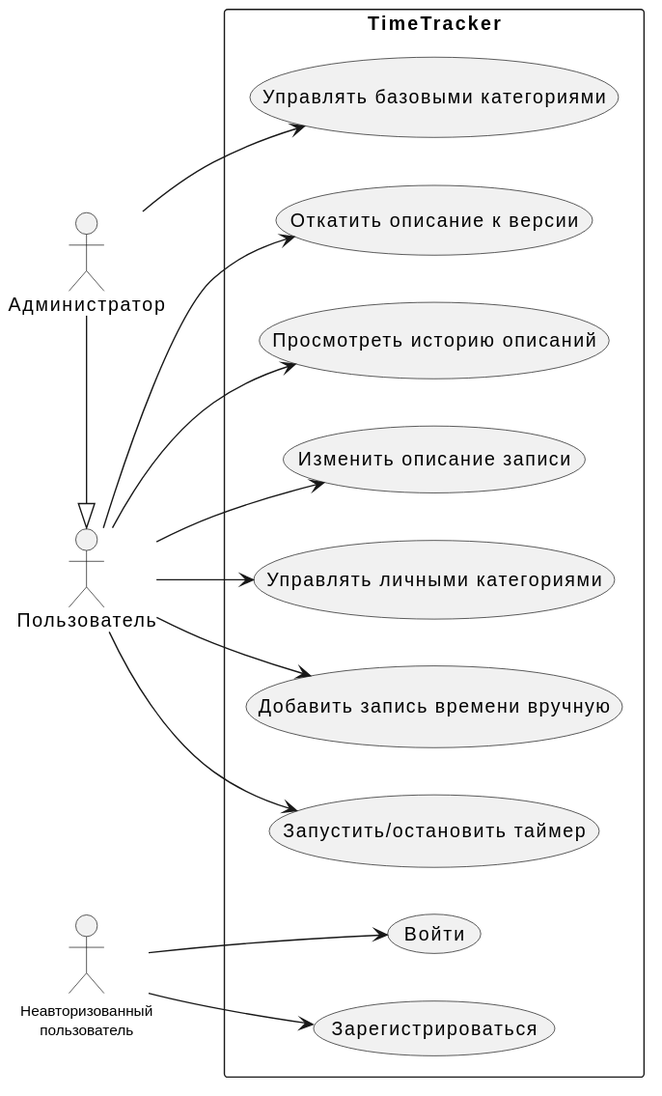
The PlantUML diagram docs/usecase.svg in da-fuu/IU7_7sem_Web, before a commit.
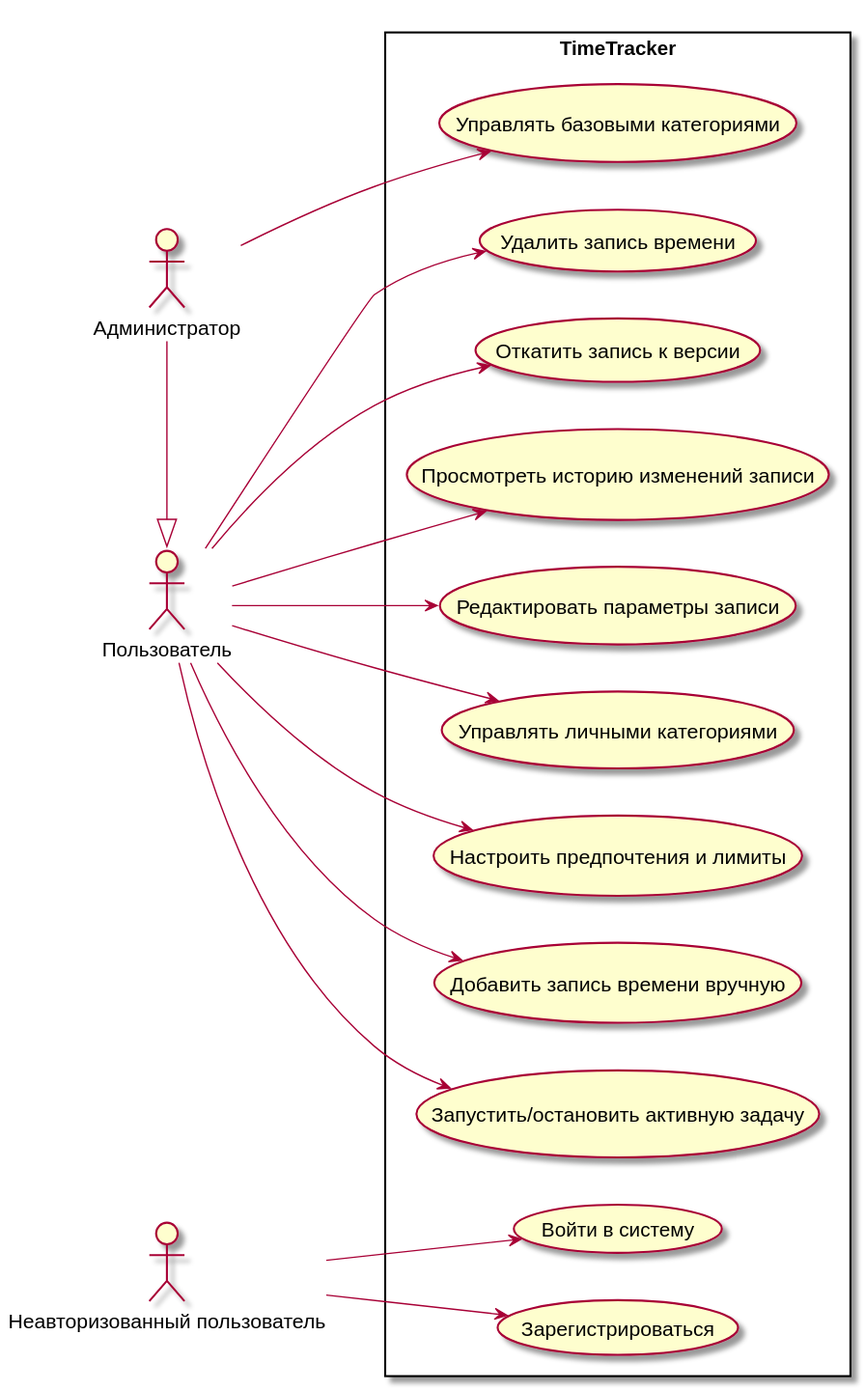
After the commit.

What changed in the source:
```diff
@@ -2,31 +2,38 @@
 left to right direction
 skinparam packageStyle rectangle
 
+actor "Неавторизованный пользователь" as guest
 actor "Пользователь" as user
 actor "Администратор" as admin
 admin -|> user
 
 rectangle "TimeTracker" {
   usecase "Зарегистрироваться" as UC_Register
-  usecase "Войти" as UC_Login
-  usecase "Запустить/остановить таймер" as UC_Timer
+  usecase "Войти в систему" as UC_Login
+  usecase "Запустить/остановить активную задачу" as UC_Timer
   usecase "Добавить запись времени вручную" as UC_Manual
+  usecase "Настроить предпочтения и лимиты" as UC_ManageSettings
   usecase "Управлять личными категориями" as UC_ManageOwnCategories
-  usecase "Изменить описание записи" as UC_UpdateDesc
-  usecase "Просмотреть историю описаний" as UC_ViewHistory
-  usecase "Откатить описание к версии" as UC_RollbackDesc
+  usecase "Редактировать параметры записи" as UC_UpdateRecord
+  usecase "Просмотреть историю изменений записи" as UC_ViewHistory
+  usecase "Откатить запись к версии" as UC_RollbackRecord
+  usecase "Удалить запись времени" as UC_DeleteRecord
 
   usecase "Управлять базовыми категориями" as UC_ManageDefaultCategories
 }
 
-user --> UC_Register
-user --> UC_Login
+guest --> UC_Register
+guest --> UC_Login
+
 user --> UC_Timer
 user --> UC_Manual
+user --> UC_ManageSettings
 user --> UC_ManageOwnCategories
-user --> UC_UpdateDesc
+user --> UC_UpdateRecord
 user --> UC_ViewHistory
-user --> UC_RollbackDesc
+user --> UC_RollbackRecord
+user --> UC_DeleteRecord
 
 admin --> UC_ManageDefaultCategories
+
 @enduml
```
